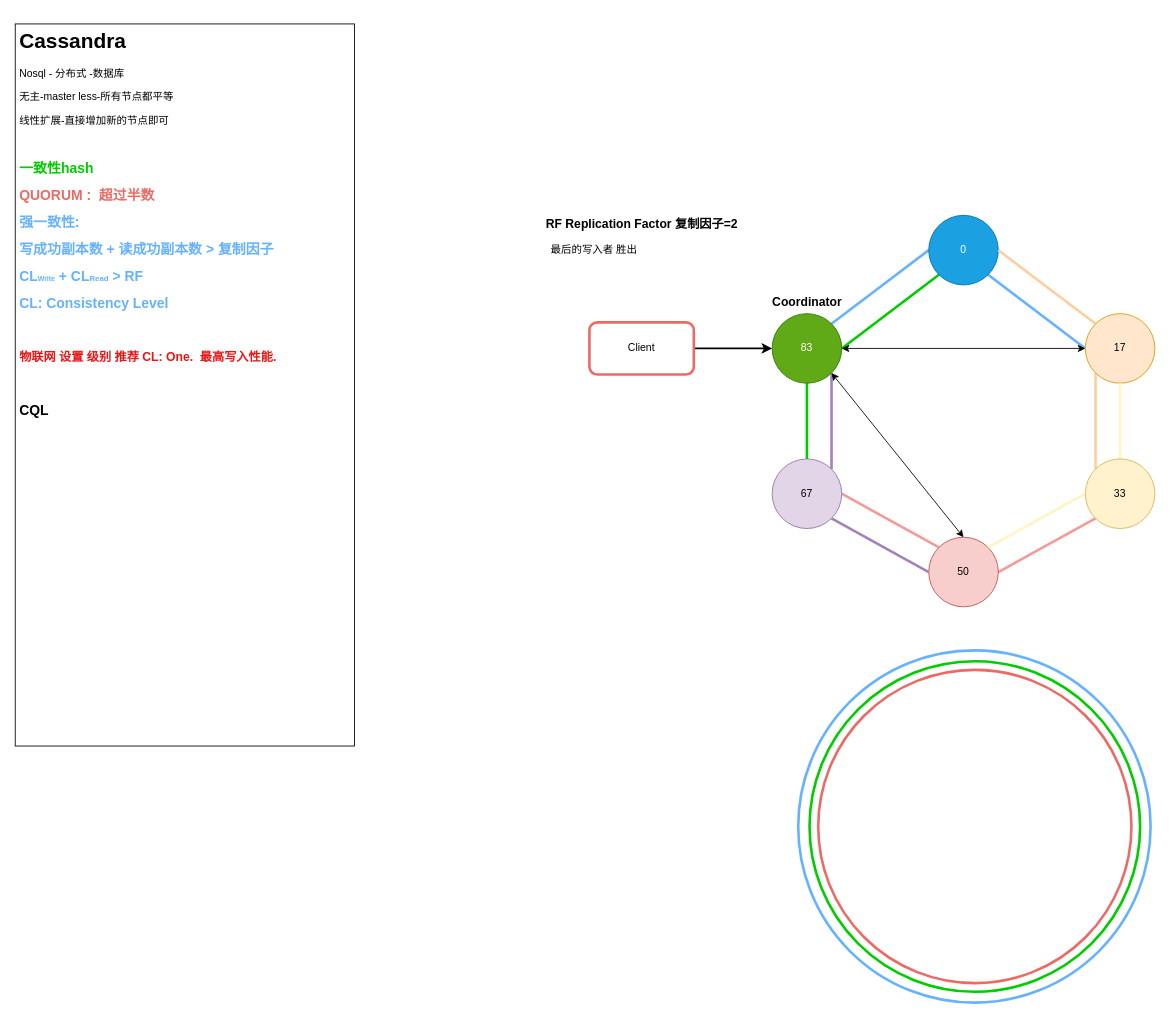
Earlier version of the draw.io diagram Cassandra.drawio (bayern01kahn/Tech_Diagrams). Source tidied: cells renumbered, new cells numbered last; positions are measured from the earlier drawing's top-left corner, leaving out a move shared by most shapes. Both pictures are drawn from the tidied source at 87%, with x=0, y=0 at pixel (15, 23).
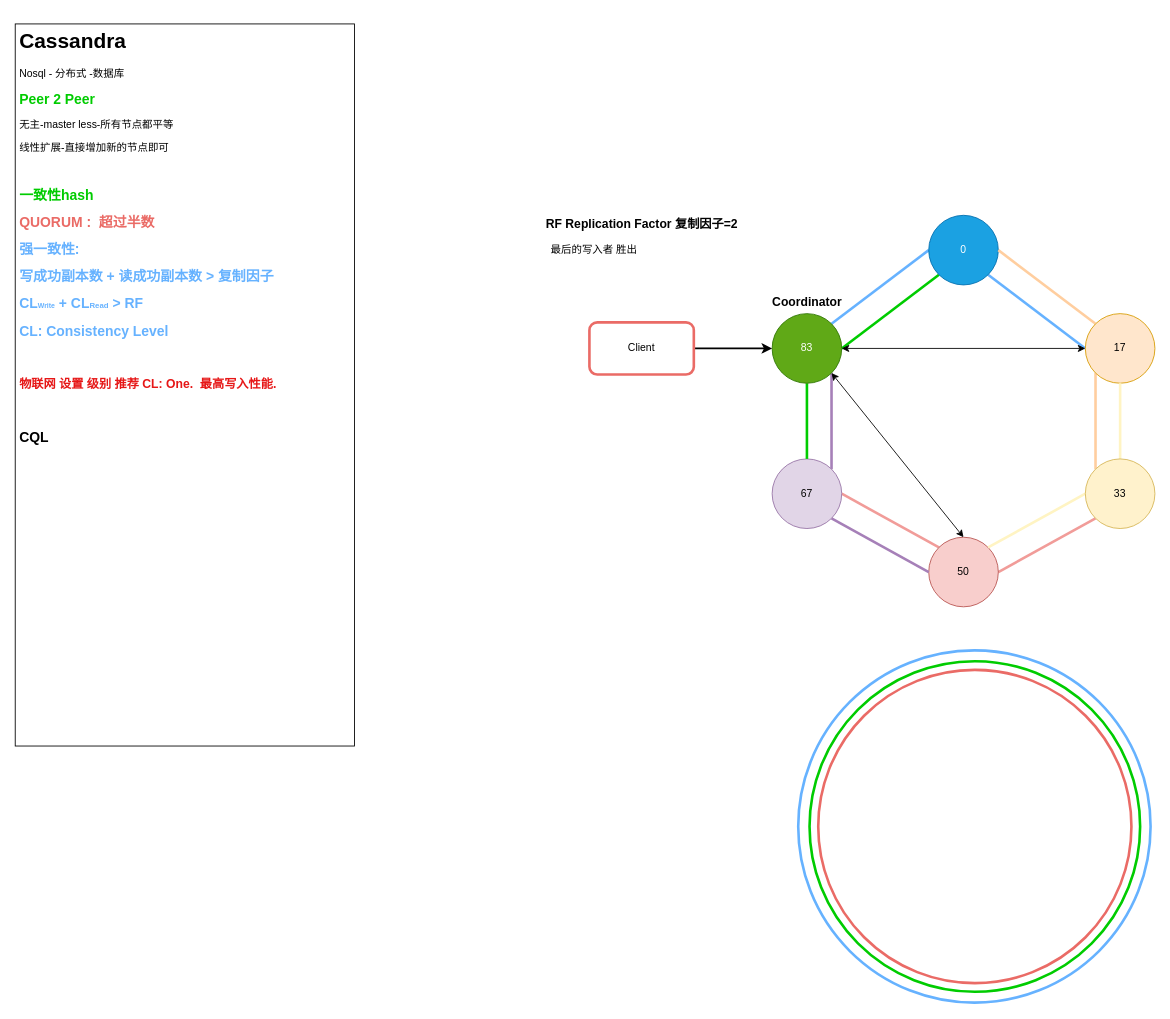
The same diagram, later.

Diff of the diagram source:
```diff
@@
-    <mxCell id="4" value="&lt;h1&gt;Cassandra&lt;/h1&gt;&lt;p&gt;Nosql - 分布式 -数据库&lt;/p&gt;&lt;p&gt;无主-master less-所有节点都平等&lt;/p&gt;&lt;p&gt;线性扩展-直接增加新的节点即可&lt;/p&gt;&lt;p&gt;&lt;br&gt;&lt;/p&gt;&lt;p&gt;&lt;font style=&quot;font-size: 16px&quot; color=&quot;#00cc00&quot;&gt;&lt;b&gt;一致性hash&lt;/b&gt;&lt;/font&gt;&lt;/p&gt;&lt;p&gt;&lt;b&gt;&lt;font color=&quot;#ea6b66&quot; style=&quot;font-size: 16px&quot;&gt;QUORUM :&amp;nbsp; 超过半数&lt;/font&gt;&lt;/b&gt;&lt;/p&gt;&lt;div&gt;&lt;b style=&quot;font-size: 16px ; color: rgb(102 , 178 , 255)&quot;&gt;强一致性:&amp;nbsp;&lt;/b&gt;&lt;br&gt;&lt;/div&gt;&lt;p&gt;&lt;font style=&quot;font-size: 16px&quot; color=&quot;#66b2ff&quot;&gt;&lt;b&gt;写成功副本数 + 读成功副本数 &amp;gt; 复制因子&lt;/b&gt;&lt;/font&gt;&lt;/p&gt;&lt;p&gt;&lt;b&gt;&lt;font color=&quot;#66b2ff&quot;&gt;&lt;span style=&quot;font-size: 16px&quot;&gt;CL&lt;/span&gt;&lt;font style=&quot;font-size: 8px&quot;&gt;Write&lt;/font&gt;&lt;span style=&quot;font-size: 16px&quot;&gt; + CL&lt;/span&gt;&lt;font style=&quot;font-size: 9px&quot;&gt;Read&lt;/font&gt;&lt;span style=&quot;font-size: 16px&quot;&gt; &amp;gt; RF&lt;/span&gt;&lt;/font&gt;&lt;/b&gt;&lt;/p&gt;&lt;p&gt;&lt;b&gt;&lt;span style=&quot;font-size: 16px&quot;&gt;&lt;font color=&quot;#66b2ff&quot;&gt;CL: Consistency Level&lt;/font&gt;&lt;/span&gt;&lt;/b&gt;&lt;/p&gt;&lt;p&gt;&lt;font color=&quot;#00cc00&quot;&gt;&lt;b&gt;&lt;span style=&quot;font-size: 16px&quot;&gt;&lt;br&gt;&lt;/span&gt;&lt;/b&gt;&lt;/font&gt;&lt;/p&gt;&lt;p&gt;&lt;b&gt;&lt;font style=&quot;font-size: 14px&quot; color=&quot;#e61717&quot;&gt;物联网 设置 级别 推荐 CL: One.&amp;nbsp; 最高写入性能.&lt;/font&gt;&lt;/b&gt;&lt;/p&gt;&lt;p&gt;&lt;font style=&quot;font-size: 16px&quot; color=&quot;#00cc00&quot;&gt;&lt;b&gt;&lt;br&gt;&lt;/b&gt;&lt;/font&gt;&lt;/p&gt;&lt;p&gt;&lt;font style=&quot;font-size: 16px&quot;&gt;&lt;b&gt;CQL&lt;/b&gt;&lt;/font&gt;&lt;/p&gt;&lt;p&gt;&lt;font style=&quot;font-size: 16px&quot; color=&quot;#00cc00&quot;&gt;&lt;b&gt;&lt;br&gt;&lt;/b&gt;&lt;/font&gt;&lt;/p&gt;&lt;p&gt;&lt;font style=&quot;font-size: 16px&quot; color=&quot;#00cc00&quot;&gt;&lt;b&gt;&lt;br&gt;&lt;/b&gt;&lt;/font&gt;&lt;/p&gt;" style="text;html=1;strokeColor=#000000;fillColor=none;spacing=5;spacingTop=-20;whiteSpace=wrap;overflow=hidden;rounded=0;" parent="1" vertex="1">
+    <mxCell id="4" value="&lt;h1&gt;Cassandra&lt;/h1&gt;&lt;p&gt;Nosql - 分布式 -数据库&amp;nbsp;&amp;nbsp;&lt;/p&gt;&lt;b style=&quot;color: rgb(0 , 204 , 0) ; font-size: 16px&quot;&gt;Peer 2 Peer&lt;/b&gt;&lt;p&gt;无主-master less-所有节点都平等&lt;/p&gt;&lt;p&gt;线性扩展-直接增加新的节点即可&lt;/p&gt;&lt;p&gt;&lt;br&gt;&lt;/p&gt;&lt;p&gt;&lt;font style=&quot;font-size: 16px&quot; color=&quot;#00cc00&quot;&gt;&lt;b&gt;一致性hash&lt;/b&gt;&lt;/font&gt;&lt;/p&gt;&lt;p&gt;&lt;b&gt;&lt;font color=&quot;#ea6b66&quot; style=&quot;font-size: 16px&quot;&gt;QUORUM :&amp;nbsp; 超过半数&lt;/font&gt;&lt;/b&gt;&lt;/p&gt;&lt;div&gt;&lt;b style=&quot;font-size: 16px ; color: rgb(102 , 178 , 255)&quot;&gt;强一致性:&amp;nbsp;&lt;/b&gt;&lt;br&gt;&lt;/div&gt;&lt;p&gt;&lt;font style=&quot;font-size: 16px&quot; color=&quot;#66b2ff&quot;&gt;&lt;b&gt;写成功副本数 + 读成功副本数 &amp;gt; 复制因子&lt;/b&gt;&lt;/font&gt;&lt;/p&gt;&lt;p&gt;&lt;b&gt;&lt;font color=&quot;#66b2ff&quot;&gt;&lt;span style=&quot;font-size: 16px&quot;&gt;CL&lt;/span&gt;&lt;font style=&quot;font-size: 8px&quot;&gt;Write&lt;/font&gt;&lt;span style=&quot;font-size: 16px&quot;&gt; + CL&lt;/span&gt;&lt;font style=&quot;font-size: 9px&quot;&gt;Read&lt;/font&gt;&lt;span style=&quot;font-size: 16px&quot;&gt; &amp;gt; RF&lt;/span&gt;&lt;/font&gt;&lt;/b&gt;&lt;/p&gt;&lt;p&gt;&lt;b&gt;&lt;span style=&quot;font-size: 16px&quot;&gt;&lt;font color=&quot;#66b2ff&quot;&gt;CL: Consistency Level&lt;/font&gt;&lt;/span&gt;&lt;/b&gt;&lt;/p&gt;&lt;p&gt;&lt;font color=&quot;#00cc00&quot;&gt;&lt;b&gt;&lt;span style=&quot;font-size: 16px&quot;&gt;&lt;br&gt;&lt;/span&gt;&lt;/b&gt;&lt;/font&gt;&lt;/p&gt;&lt;p&gt;&lt;b&gt;&lt;font style=&quot;font-size: 14px&quot; color=&quot;#e61717&quot;&gt;物联网 设置 级别 推荐 CL: One.&amp;nbsp; 最高写入性能.&lt;/font&gt;&lt;/b&gt;&lt;/p&gt;&lt;p&gt;&lt;font style=&quot;font-size: 16px&quot; color=&quot;#00cc00&quot;&gt;&lt;b&gt;&lt;br&gt;&lt;/b&gt;&lt;/font&gt;&lt;/p&gt;&lt;p&gt;&lt;font style=&quot;font-size: 16px&quot;&gt;&lt;b&gt;CQL&lt;/b&gt;&lt;/font&gt;&lt;/p&gt;&lt;p&gt;&lt;font style=&quot;font-size: 16px&quot; color=&quot;#00cc00&quot;&gt;&lt;b&gt;&lt;br&gt;&lt;/b&gt;&lt;/font&gt;&lt;/p&gt;&lt;p&gt;&lt;br&gt;&lt;/p&gt;" style="text;html=1;strokeColor=#000000;fillColor=none;spacing=5;spacingTop=-20;whiteSpace=wrap;overflow=hidden;rounded=0;" parent="1" vertex="1">
       <mxGeometry width="390" height="830" as="geometry" />
     </mxCell>
```
